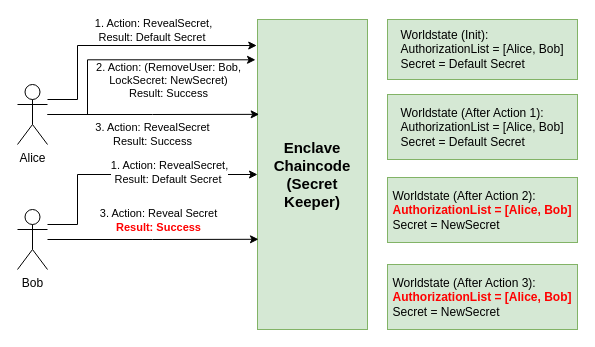
The draw.io diagram SecretMalicious.drawio in chenchanglew/systex2024, before the edit. Source tidied: cells renumbered, new cells numbered last; positions are measured from the earlier drawing's top-left corner, leaving out a move shared by most shapes. Both pictures are drawn from the tidied source at 100%, with x=0, y=0 at pixel (17, 19).
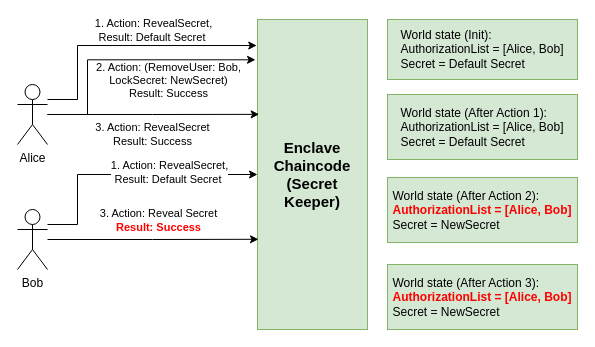
The same page after the edit.

Change to the diagram source:
```diff
@@
-    <mxCell id="3" value="&lt;div style=&quot;text-align: left;&quot;&gt;&lt;span style=&quot;background-color: initial;&quot;&gt;Worldstate (Init):&lt;/span&gt;&lt;/div&gt;&lt;div style=&quot;text-align: left;&quot;&gt;&lt;span style=&quot;background-color: initial;&quot;&gt;AuthorizationList = [Alice, Bob]&lt;/span&gt;&lt;/div&gt;&lt;div style=&quot;text-align: left;&quot;&gt;&lt;span style=&quot;background-color: initial;&quot;&gt;Secret = Default Secret&lt;/span&gt;&lt;/div&gt;" style="rounded=0;whiteSpace=wrap;html=1;fillColor=#d5e8d4;strokeColor=#82b366;" parent="1" vertex="1">
+    <mxCell id="3" value="&lt;div style=&quot;text-align: left;&quot;&gt;&lt;span style=&quot;background-color: initial;&quot;&gt;World state (Init):&lt;/span&gt;&lt;/div&gt;&lt;div style=&quot;text-align: left;&quot;&gt;&lt;span style=&quot;background-color: initial;&quot;&gt;AuthorizationList = [Alice, Bob]&lt;/span&gt;&lt;/div&gt;&lt;div style=&quot;text-align: left;&quot;&gt;&lt;span style=&quot;background-color: initial;&quot;&gt;Secret = Default Secret&lt;/span&gt;&lt;/div&gt;" style="rounded=0;whiteSpace=wrap;html=1;fillColor=#d5e8d4;strokeColor=#82b366;" parent="1" vertex="1">
       <mxGeometry x="370" width="190" height="60" as="geometry" />
     </mxCell>
@@
-    <mxCell id="16" value="&lt;div style=&quot;text-align: left;&quot;&gt;&lt;span style=&quot;background-color: initial;&quot;&gt;Worldstate (After Action 1):&lt;/span&gt;&lt;/div&gt;&lt;div style=&quot;text-align: left;&quot;&gt;&lt;span style=&quot;background-color: initial;&quot;&gt;AuthorizationList = [Alice, Bob]&lt;/span&gt;&lt;/div&gt;&lt;div style=&quot;text-align: left;&quot;&gt;&lt;span style=&quot;background-color: initial;&quot;&gt;Secret = Default Secret&lt;/span&gt;&lt;/div&gt;" style="rounded=0;whiteSpace=wrap;html=1;fillColor=#d5e8d4;strokeColor=#82b366;" parent="1" vertex="1">
+    <mxCell id="16" value="&lt;div style=&quot;text-align: left;&quot;&gt;&lt;span style=&quot;background-color: initial;&quot;&gt;World state (After Action 1):&lt;/span&gt;&lt;/div&gt;&lt;div style=&quot;text-align: left;&quot;&gt;&lt;span style=&quot;background-color: initial;&quot;&gt;AuthorizationList = [Alice, Bob]&lt;/span&gt;&lt;/div&gt;&lt;div style=&quot;text-align: left;&quot;&gt;&lt;span style=&quot;background-color: initial;&quot;&gt;Secret = Default Secret&lt;/span&gt;&lt;/div&gt;" style="rounded=0;whiteSpace=wrap;html=1;fillColor=#d5e8d4;strokeColor=#82b366;" parent="1" vertex="1">
       <mxGeometry x="370" y="75" width="190" height="65" as="geometry" />
     </mxCell>
-    <mxCell id="17" value="&lt;div style=&quot;text-align: left;&quot;&gt;&lt;span style=&quot;background-color: initial;&quot;&gt;Worldstate (After Action 2):&lt;/span&gt;&lt;/div&gt;&lt;div style=&quot;text-align: left;&quot;&gt;&lt;span style=&quot;background-color: initial;&quot;&gt;&lt;b&gt;&lt;font color=&quot;#ff0000&quot;&gt;AuthorizationList = [Alice, Bob]&lt;/font&gt;&lt;/b&gt;&lt;/span&gt;&lt;/div&gt;&lt;div style=&quot;text-align: left;&quot;&gt;&lt;span style=&quot;background-color: initial;&quot;&gt;Secret = NewSecret&lt;/span&gt;&lt;/div&gt;" style="rounded=0;whiteSpace=wrap;html=1;fillColor=#d5e8d4;strokeColor=#82b366;" parent="1" vertex="1">
+    <mxCell id="17" value="&lt;div style=&quot;text-align: left;&quot;&gt;&lt;span style=&quot;background-color: initial;&quot;&gt;World state (After Action 2):&lt;/span&gt;&lt;/div&gt;&lt;div style=&quot;text-align: left;&quot;&gt;&lt;span style=&quot;background-color: initial;&quot;&gt;&lt;b&gt;&lt;font color=&quot;#ff0000&quot;&gt;AuthorizationList = [Alice, Bob]&lt;/font&gt;&lt;/b&gt;&lt;/span&gt;&lt;/div&gt;&lt;div style=&quot;text-align: left;&quot;&gt;&lt;span style=&quot;background-color: initial;&quot;&gt;Secret = NewSecret&lt;/span&gt;&lt;/div&gt;" style="rounded=0;whiteSpace=wrap;html=1;fillColor=#d5e8d4;strokeColor=#82b366;" parent="1" vertex="1">
       <mxGeometry x="370" y="158" width="190" height="65" as="geometry" />
     </mxCell>
-    <mxCell id="18" value="&lt;div style=&quot;text-align: left;&quot;&gt;&lt;span style=&quot;background-color: initial;&quot;&gt;Worldstate (After Action 3):&lt;/span&gt;&lt;/div&gt;&lt;div style=&quot;text-align: left;&quot;&gt;&lt;span style=&quot;background-color: initial;&quot;&gt;&lt;b&gt;&lt;font color=&quot;#ff0000&quot;&gt;AuthorizationList = [Alice, Bob]&lt;/font&gt;&lt;/b&gt;&lt;/span&gt;&lt;/div&gt;&lt;div style=&quot;text-align: left;&quot;&gt;&lt;span style=&quot;background-color: initial;&quot;&gt;Secret = NewSecret&lt;/span&gt;&lt;/div&gt;" style="rounded=0;whiteSpace=wrap;html=1;fillColor=#d5e8d4;strokeColor=#82b366;" parent="1" vertex="1">
+    <mxCell id="18" value="&lt;div style=&quot;text-align: left;&quot;&gt;&lt;span style=&quot;background-color: initial;&quot;&gt;World state (After Action 3):&lt;/span&gt;&lt;/div&gt;&lt;div style=&quot;text-align: left;&quot;&gt;&lt;span style=&quot;background-color: initial;&quot;&gt;&lt;b&gt;&lt;font color=&quot;#ff0000&quot;&gt;AuthorizationList = [Alice, Bob]&lt;/font&gt;&lt;/b&gt;&lt;/span&gt;&lt;/div&gt;&lt;div style=&quot;text-align: left;&quot;&gt;&lt;span style=&quot;background-color: initial;&quot;&gt;Secret = NewSecret&lt;/span&gt;&lt;/div&gt;" style="rounded=0;whiteSpace=wrap;html=1;fillColor=#d5e8d4;strokeColor=#82b366;" parent="1" vertex="1">
       <mxGeometry x="370" y="245" width="190" height="65" as="geometry" />
     </mxCell>
```
